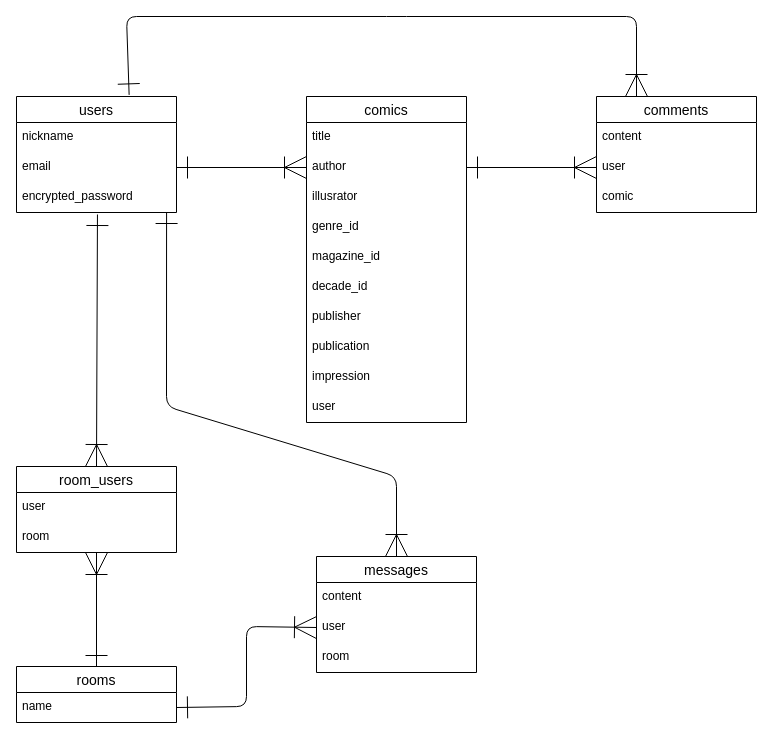
Earlier version of the draw.io diagram test.dio (kh00x10a/comic-connect). Source tidied: cells renumbered, new cells numbered last; positions are measured from the earlier drawing's top-left corner, leaving out a move shared by most shapes. Both pictures are drawn from the tidied source at 100%, with x=0, y=0 at pixel (16, 16).
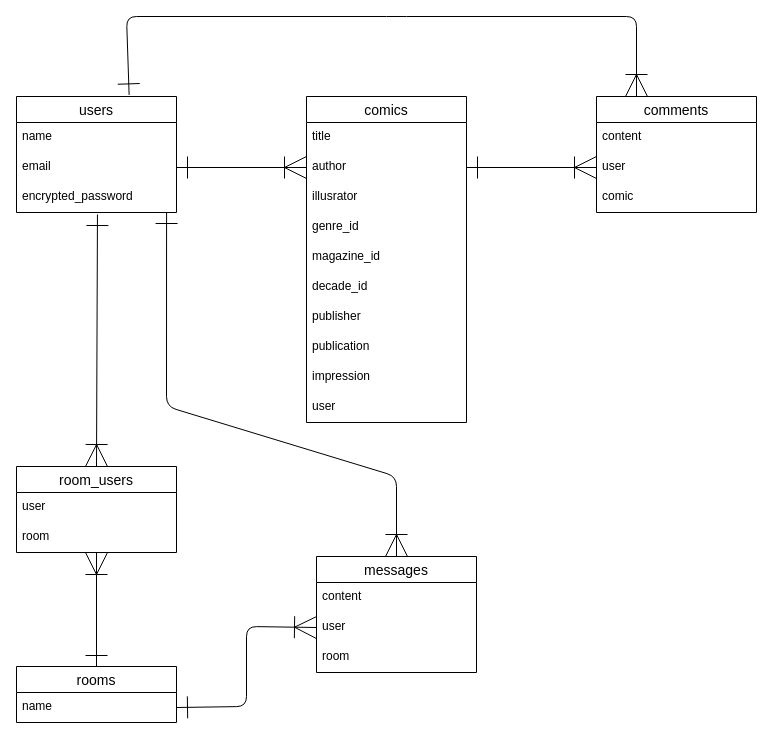
Above is the later version.

Unchanged cells that the change refers to:
```xml
<mxCell id="2" value="users" style="swimlane;fontStyle=0;horizontal=1;startSize=26;align=center;fontSize=14;" parent="1" vertex="1">
  <mxGeometry y="80" width="160" height="116" as="geometry" />
</mxCell>
```

Change to the diagram source:
```diff
@@
-    <mxCell id="3" value="nickname" style="text;strokeColor=none;fillColor=none;spacingLeft=4;spacingRight=4;overflow=hidden;fontSize=12;" parent="2" vertex="1">
+    <mxCell id="3" value="name" style="text;strokeColor=none;fillColor=none;spacingLeft=4;spacingRight=4;overflow=hidden;fontSize=12;" parent="2" vertex="1">
       <mxGeometry y="26" width="160" height="30" as="geometry" />
     </mxCell>
```
